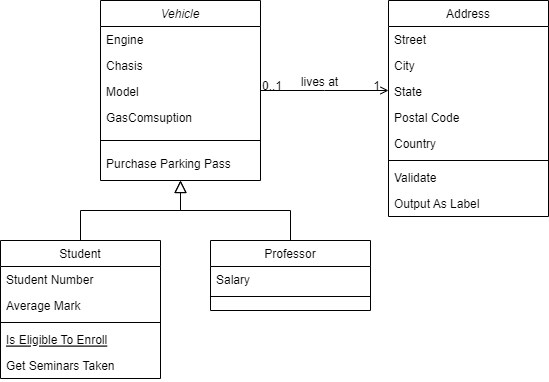
Earlier version of the draw.io export workshop-1.drawio.png (He1JM/ModelosI2024-1Talleres). Source tidied: cells renumbered, new cells last; positions are measured from the earlier drawing's top-left corner, leaving out a move shared by most shapes.
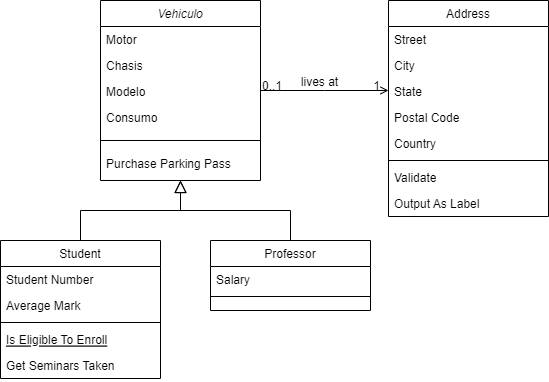
After the change.

What changed in the source:
```diff
@@ -2,19 +2,19 @@
   <root>
     <mxCell id="0" />
     <mxCell id="1" parent="0" />
-    <mxCell id="2" value="Vehicle" style="swimlane;fontStyle=2;align=center;verticalAlign=top;horizontal=1;startSize=26;rounded=0;shadow=0;strokeWidth=1;" parent="1" vertex="1">
+    <mxCell id="2" value="Vehiculo" style="swimlane;fontStyle=2;align=center;verticalAlign=top;horizontal=1;startSize=26;rounded=0;shadow=0;strokeWidth=1;" parent="1" vertex="1">
       <mxGeometry x="100" width="160" height="180" as="geometry" />
     </mxCell>
-    <mxCell id="3" value="Engine" style="text;align=left;verticalAlign=top;spacingLeft=4;spacingRight=4;overflow=hidden;" parent="2" vertex="1">
+    <mxCell id="3" value="Motor" style="text;align=left;verticalAlign=top;spacingLeft=4;spacingRight=4;overflow=hidden;" parent="2" vertex="1">
       <mxGeometry y="26" width="160" height="26" as="geometry" />
     </mxCell>
     <mxCell id="4" value="Chasis" style="text;align=left;verticalAlign=top;spacingLeft=4;spacingRight=4;overflow=hidden;rounded=0;shadow=0;html=0;" parent="2" vertex="1">
       <mxGeometry y="52" width="160" height="26" as="geometry" />
     </mxCell>
-    <mxCell id="5" value="Model" style="text;align=left;verticalAlign=top;spacingLeft=4;spacingRight=4;overflow=hidden;rounded=0;shadow=0;html=0;" parent="2" vertex="1">
+    <mxCell id="5" value="Modelo" style="text;align=left;verticalAlign=top;spacingLeft=4;spacingRight=4;overflow=hidden;rounded=0;shadow=0;html=0;" parent="2" vertex="1">
       <mxGeometry y="78" width="160" height="26" as="geometry" />
     </mxCell>
-    <mxCell id="6" value="GasComsuption" style="text;align=left;verticalAlign=top;spacingLeft=4;spacingRight=4;overflow=hidden;rounded=0;shadow=0;html=0;" parent="2" vertex="1">
+    <mxCell id="6" value="Consumo" style="text;align=left;verticalAlign=top;spacingLeft=4;spacingRight=4;overflow=hidden;rounded=0;shadow=0;html=0;" parent="2" vertex="1">
       <mxGeometry y="104" width="160" height="26" as="geometry" />
     </mxCell>
     <mxCell id="7" style="line;html=1;strokeWidth=1;align=left;verticalAlign=middle;spacingTop=-1;spacingLeft=3;spacingRight=3;labelPosition=right;" parent="2" vertex="1">
```
